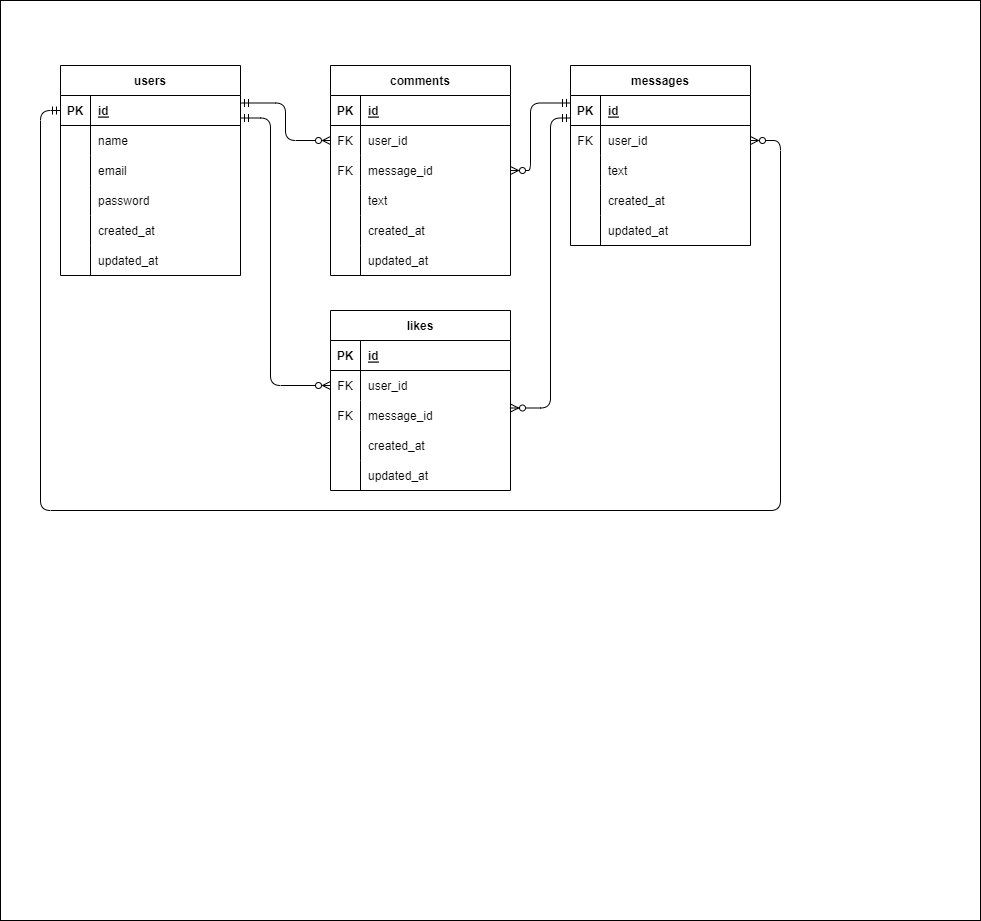
This is design/ER図.drawio.png from Tanukichi-35/share, a draw.io export, as it was before one commit. Source tidied: cells renumbered, new cells last; positions are measured from the earlier drawing's top-left corner, leaving out a move shared by most shapes.
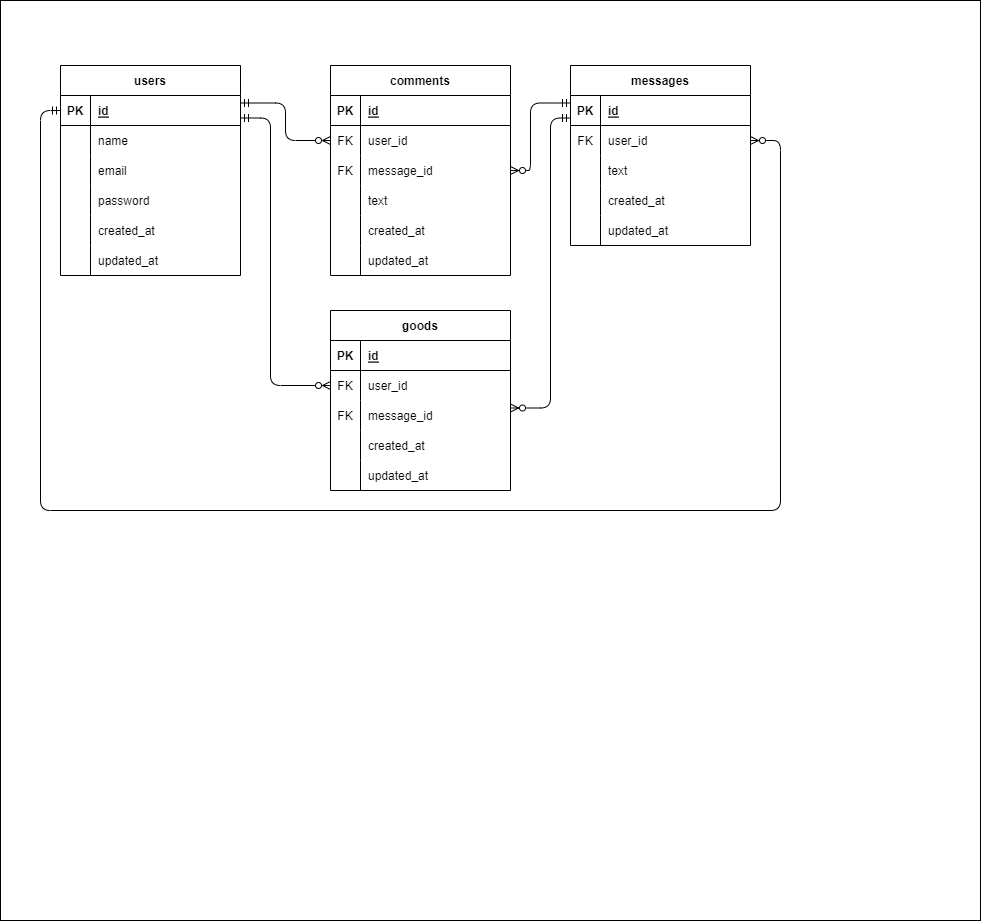
Above is the later version.

Diff of the diagram source:
```diff
@@ -62,7 +62,7 @@
     <mxCell id="21" value="updated_at" style="shape=partialRectangle;top=0;left=0;bottom=0;right=0;align=left;spacingLeft=6;overflow=hidden;rounded=0;strokeWidth=1;swimlaneLine=1;fillColor=none;strokeColor=#000000;fontColor=#000000;" parent="19" vertex="1">
       <mxGeometry x="30" width="150" height="30" as="geometry" />
     </mxCell>
-    <mxCell id="22" value="likes" style="shape=table;startSize=30;rowLines=0;fontStyle=1;align=center;rounded=0;strokeWidth=1;fillColor=none;strokeColor=#000000;fontColor=#000000;" parent="1" vertex="1">
+    <mxCell id="22" value="goods" style="shape=table;startSize=30;rowLines=0;fontStyle=1;align=center;rounded=0;strokeWidth=1;fillColor=none;strokeColor=#000000;fontColor=#000000;" parent="1" vertex="1">
       <mxGeometry x="330" y="310" width="180" height="180" as="geometry" />
     </mxCell>
     <mxCell id="23" style="shape=tableRow;horizontal=0;startSize=0;swimlaneHead=0;swimlaneBody=0;top=0;left=0;right=0;bottom=1;rounded=0;strokeWidth=1;swimlaneLine=1;fillColor=none;strokeColor=#000000;fontColor=#000000;" parent="22" vertex="1">
```
